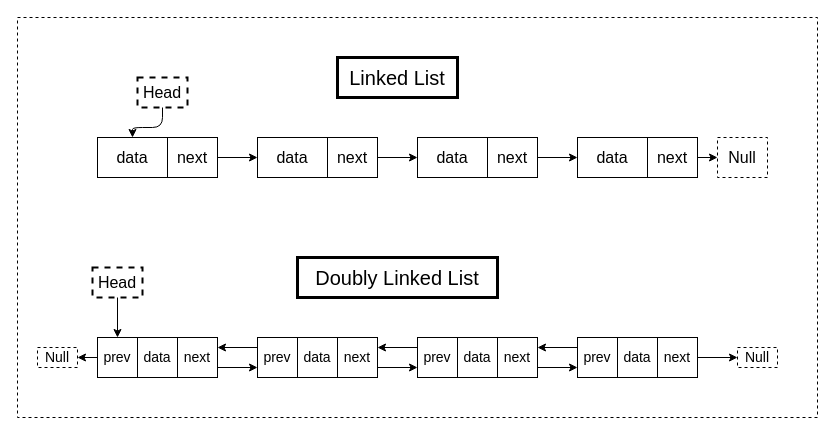
The draw.io diagram linked list Diagram.drawio in LamentWy/pic-repo, before the edit. Source tidied: cells renumbered, new cells numbered last; positions are measured from the earlier drawing's top-left corner, leaving out a move shared by most shapes. Both pictures are drawn from the tidied source at 100%, with x=0, y=0 at pixel (17, 17).
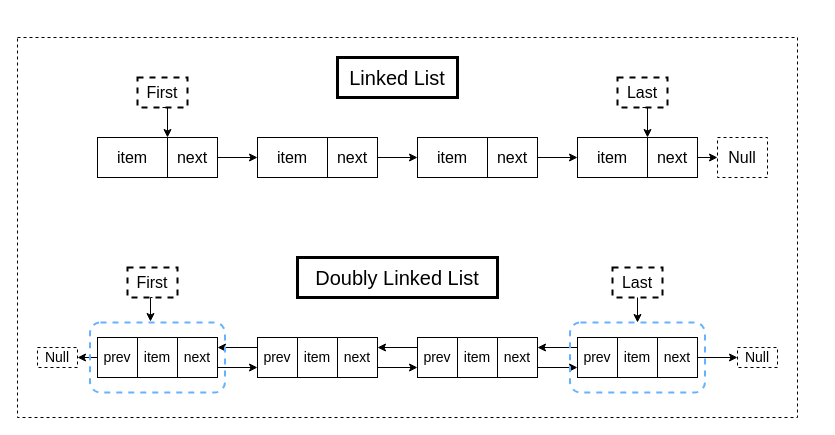
After the change.

The change refers to these unchanged cells:
```xml
<mxCell id="20" value="&lt;font style=&quot;font-size: 14px&quot;&gt;prev&lt;/font&gt;" style="whiteSpace=wrap;html=1;strokeColor=#000000;strokeWidth=1;" parent="1" vertex="1">
  <mxGeometry x="80" y="320" width="40" height="40" as="geometry" />
</mxCell>
```

What changed in the source:
```diff
@@
-    <mxCell id="4" value="&lt;font style=&quot;font-size: 16px&quot;&gt;data&lt;/font&gt;" style="whiteSpace=wrap;html=1;strokeColor=#000000;strokeWidth=1;" parent="1" vertex="1">
+    <mxCell id="4" value="&lt;font style=&quot;font-size: 16px&quot;&gt;item&lt;/font&gt;" style="whiteSpace=wrap;html=1;strokeColor=#000000;strokeWidth=1;" parent="1" vertex="1">
       <mxGeometry x="80" y="120" width="70" height="40" as="geometry" />
     </mxCell>
@@
-    <mxCell id="7" value="&lt;font style=&quot;font-size: 16px&quot;&gt;data&lt;/font&gt;" style="whiteSpace=wrap;html=1;strokeColor=#000000;strokeWidth=1;" parent="1" vertex="1">
+    <mxCell id="7" value="&lt;span style=&quot;font-size: 16px&quot;&gt;item&lt;/span&gt;" style="whiteSpace=wrap;html=1;strokeColor=#000000;strokeWidth=1;" parent="1" vertex="1">
       <mxGeometry x="240" y="120" width="70" height="40" as="geometry" />
     </mxCell>
@@
-    <mxCell id="10" value="&lt;font style=&quot;font-size: 16px&quot;&gt;data&lt;/font&gt;" style="whiteSpace=wrap;html=1;strokeColor=#000000;strokeWidth=1;" parent="1" vertex="1">
+    <mxCell id="10" value="&lt;span style=&quot;font-size: 16px&quot;&gt;item&lt;/span&gt;" style="whiteSpace=wrap;html=1;strokeColor=#000000;strokeWidth=1;" parent="1" vertex="1">
       <mxGeometry x="400" y="120" width="70" height="40" as="geometry" />
     </mxCell>
@@
-    <mxCell id="13" value="&lt;font style=&quot;font-size: 16px&quot;&gt;data&lt;/font&gt;" style="whiteSpace=wrap;html=1;strokeColor=#000000;strokeWidth=1;" parent="1" vertex="1">
+    <mxCell id="13" value="&lt;span style=&quot;font-size: 16px&quot;&gt;item&lt;/span&gt;" style="whiteSpace=wrap;html=1;strokeColor=#000000;strokeWidth=1;" parent="1" vertex="1">
       <mxGeometry x="560" y="120" width="70" height="40" as="geometry" />
     </mxCell>
@@
-    <mxCell id="17" style="edgeStyle=orthogonalEdgeStyle;jettySize=auto;html=1;exitX=0.5;exitY=1;exitDx=0;exitDy=0;entryX=0.5;entryY=0;entryDx=0;entryDy=0;" parent="1" edge="1" source="18" target="4">
+    <mxCell id="17" style="edgeStyle=orthogonalEdgeStyle;rounded=0;jettySize=auto;html=1;exitX=0.5;exitY=1;exitDx=0;exitDy=0;entryX=1;entryY=0;entryDx=0;entryDy=0;" parent="1" edge="1" source="18" target="4">
       <mxGeometry relative="1" as="geometry" />
     </mxCell>
-    <mxCell id="18" value="&lt;font style=&quot;font-size: 16px&quot;&gt;Head&lt;/font&gt;" style="text;html=1;fillColor=none;align=center;verticalAlign=middle;whiteSpace=wrap;strokeColor=#000000;dashed=1;strokeWidth=2;" parent="1" vertex="1">
+    <mxCell id="18" value="&lt;font style=&quot;font-size: 16px&quot;&gt;First&lt;/font&gt;" style="text;html=1;fillColor=none;align=center;verticalAlign=middle;whiteSpace=wrap;strokeColor=#000000;dashed=1;strokeWidth=2;" parent="1" vertex="1">
       <mxGeometry x="120" y="60" width="50" height="30" as="geometry" />
     </mxCell>
@@
-    <mxCell id="21" value="&lt;font style=&quot;font-size: 14px&quot;&gt;data&lt;/font&gt;" style="whiteSpace=wrap;html=1;strokeColor=#000000;strokeWidth=1;" parent="1" vertex="1">
+    <mxCell id="21" value="&lt;font style=&quot;font-size: 14px&quot;&gt;item&lt;/font&gt;" style="whiteSpace=wrap;html=1;strokeColor=#000000;strokeWidth=1;" parent="1" vertex="1">
       <mxGeometry x="120" y="320" width="40" height="40" as="geometry" />
     </mxCell>
@@
-    <mxCell id="26" value="&lt;font style=&quot;font-size: 14px&quot;&gt;data&lt;/font&gt;" style="whiteSpace=wrap;html=1;strokeColor=#000000;strokeWidth=1;" parent="1" vertex="1">
+    <mxCell id="26" value="&lt;span style=&quot;font-size: 14px&quot;&gt;item&lt;/span&gt;" style="whiteSpace=wrap;html=1;strokeColor=#000000;strokeWidth=1;" parent="1" vertex="1">
       <mxGeometry x="280" y="320" width="40" height="40" as="geometry" />
     </mxCell>
@@
-    <mxCell id="31" value="&lt;font style=&quot;font-size: 14px&quot;&gt;data&lt;/font&gt;" style="whiteSpace=wrap;html=1;strokeColor=#000000;strokeWidth=1;" parent="1" vertex="1">
+    <mxCell id="31" value="&lt;span style=&quot;font-size: 14px&quot;&gt;item&lt;/span&gt;" style="whiteSpace=wrap;html=1;strokeColor=#000000;strokeWidth=1;" parent="1" vertex="1">
       <mxGeometry x="440" y="320" width="40" height="40" as="geometry" />
     </mxCell>
@@
-    <mxCell id="36" value="&lt;font style=&quot;font-size: 14px&quot;&gt;data&lt;/font&gt;" style="whiteSpace=wrap;html=1;strokeColor=#000000;strokeWidth=1;" parent="1" vertex="1">
+    <mxCell id="36" value="&lt;span style=&quot;font-size: 14px&quot;&gt;item&lt;/span&gt;" style="whiteSpace=wrap;html=1;strokeColor=#000000;strokeWidth=1;" parent="1" vertex="1">
       <mxGeometry x="600" y="320" width="40" height="40" as="geometry" />
     </mxCell>
@@
-    <mxCell id="41" style="edgeStyle=orthogonalEdgeStyle;jettySize=auto;html=1;exitX=0.5;exitY=1;exitDx=0;exitDy=0;entryX=0.5;entryY=0;entryDx=0;entryDy=0;" parent="1" edge="1" source="42" target="20">
-      <mxGeometry relative="1" as="geometry" />
-    </mxCell>
+    <mxCell id="44" style="edgeStyle=orthogonalEdgeStyle;rounded=0;jettySize=auto;html=1;exitX=0.5;exitY=1;exitDx=0;exitDy=0;entryX=0.448;entryY=-0.014;entryDx=0;entryDy=0;entryPerimeter=0;" parent="1" edge="1" source="42" target="49">
+      <mxGeometry relative="1" as="geometry" />
+    </mxCell>
-    <mxCell id="42" value="&lt;font style=&quot;font-size: 16px&quot;&gt;Head&lt;/font&gt;" style="text;html=1;fillColor=none;align=center;verticalAlign=middle;whiteSpace=wrap;strokeColor=#000000;dashed=1;strokeWidth=2;" parent="1" vertex="1">
-      <mxGeometry x="75" y="250" width="50" height="30" as="geometry" />
+    <mxCell id="42" value="&lt;span style=&quot;font-size: 16px&quot;&gt;First&lt;/span&gt;" style="text;html=1;fillColor=none;align=center;verticalAlign=middle;whiteSpace=wrap;strokeColor=#000000;dashed=1;strokeWidth=2;" parent="1" vertex="1">
+      <mxGeometry x="110" y="250" width="50" height="30" as="geometry" />
     </mxCell>
     <mxCell id="43" style="rounded=0;whiteSpace=wrap;html=1;shadow=0;dashed=1;strokeColor=#000000;strokeWidth=1;fillColor=none;" parent="1" vertex="1">
-      <mxGeometry width="800" height="400" as="geometry" />
+      <mxGeometry y="20" width="780" height="380" as="geometry" />
     </mxCell>
+    <mxCell id="45" style="edgeStyle=orthogonalEdgeStyle;rounded=0;jettySize=auto;html=1;exitX=0.5;exitY=1;exitDx=0;exitDy=0;entryX=1;entryY=0;entryDx=0;entryDy=0;" parent="1" edge="1" source="46" target="13">
+      <mxGeometry relative="1" as="geometry" />
+    </mxCell>
+    <mxCell id="46" value="&lt;font style=&quot;font-size: 16px&quot;&gt;Last&lt;/font&gt;" style="text;html=1;fillColor=none;align=center;verticalAlign=middle;whiteSpace=wrap;strokeColor=#000000;dashed=1;strokeWidth=2;" parent="1" vertex="1">
+      <mxGeometry x="600" y="60" width="50" height="30" as="geometry" />
+    </mxCell>
+    <mxCell id="47" style="edgeStyle=orthogonalEdgeStyle;rounded=0;jettySize=auto;html=1;exitX=0.5;exitY=1;exitDx=0;exitDy=0;entryX=0.5;entryY=0;entryDx=0;entryDy=0;" parent="1" edge="1" source="48" target="50">
+      <mxGeometry relative="1" as="geometry" />
+    </mxCell>
+    <mxCell id="48" value="&lt;span style=&quot;font-size: 16px&quot;&gt;Last&lt;/span&gt;" style="text;html=1;fillColor=none;align=center;verticalAlign=middle;whiteSpace=wrap;strokeColor=#000000;dashed=1;strokeWidth=2;" parent="1" vertex="1">
+      <mxGeometry x="595" y="250" width="50" height="30" as="geometry" />
+    </mxCell>
+    <mxCell id="49" style="rounded=1;whiteSpace=wrap;html=1;shadow=0;dashed=1;strokeWidth=2;fillColor=none;strokeColor=#66B2FF;" parent="1" vertex="1">
+      <mxGeometry x="72.5" y="305" width="135" height="70" as="geometry" />
+    </mxCell>
+    <mxCell id="50" style="rounded=1;whiteSpace=wrap;html=1;shadow=0;dashed=1;strokeWidth=2;fillColor=none;strokeColor=#66B2FF;" parent="1" vertex="1">
+      <mxGeometry x="552.5" y="305" width="135" height="70" as="geometry" />
+    </mxCell>
```
